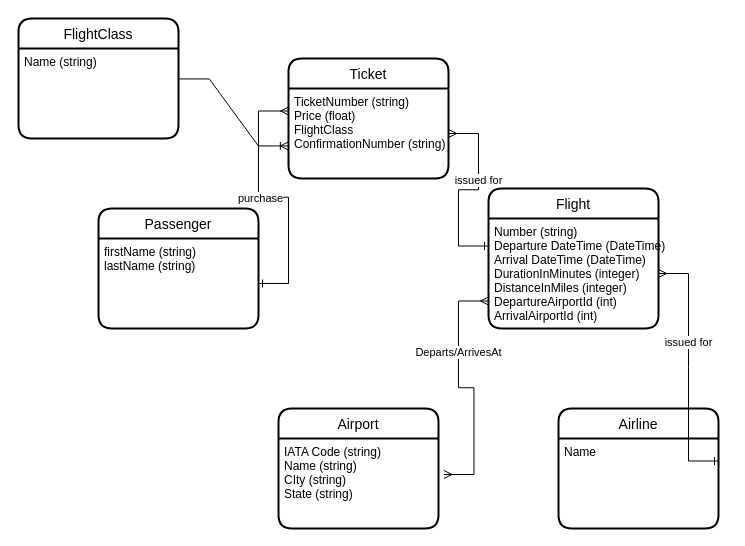
rstallman/algs4 keeps this draw.io diagram as Untitled Diagram.drawio. Above is the earlier version. Source tidied: cells renumbered, new cells numbered last; positions are measured from the earlier drawing's top-left corner, leaving out a move shared by most shapes. Both pictures are drawn from the tidied source at 100%, with x=0, y=0 at pixel (18, 18).
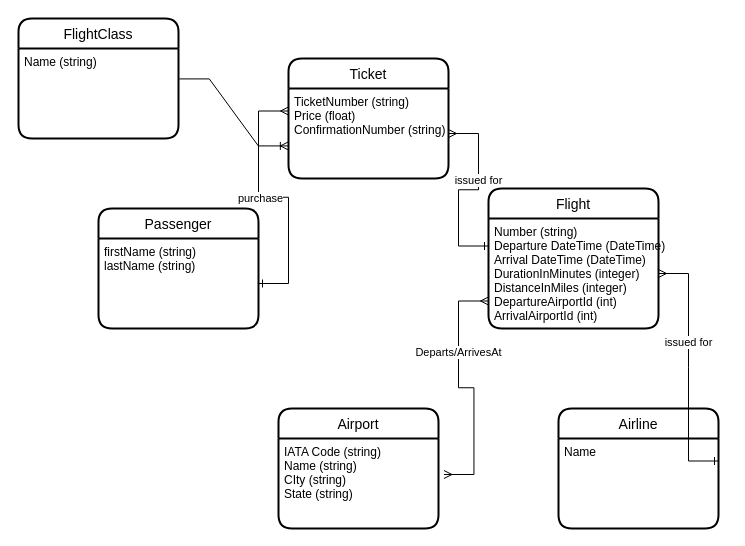
After the change.

Unchanged cells that the change refers to:
```xml
<mxCell id="10" value="Ticket" style="swimlane;horizontal=1;startSize=30;rounded=1;fontSize=14;fontStyle=0;strokeWidth=2;shadow=0;dashed=0;align=center;" parent="1" vertex="1">
  <mxGeometry x="270" y="40" width="160" height="120" as="geometry" />
</mxCell>
```

The edit, as a diff of the source:
```diff
@@
-    <mxCell id="11" value="TicketNumber (string)&#10;Price (float)&#10;FlightClass &#10;ConfirmationNumber (string)" style="align=left;strokeColor=none;fillColor=none;spacingLeft=4;fontSize=12;verticalAlign=top;" parent="10" vertex="1">
+    <mxCell id="11" value="TicketNumber (string)&#10;Price (float)&#10;ConfirmationNumber (string)" style="align=left;strokeColor=none;fillColor=none;spacingLeft=4;fontSize=12;verticalAlign=top;" parent="10" vertex="1">
       <mxGeometry y="30" width="160" height="90" as="geometry" />
     </mxCell>
```
